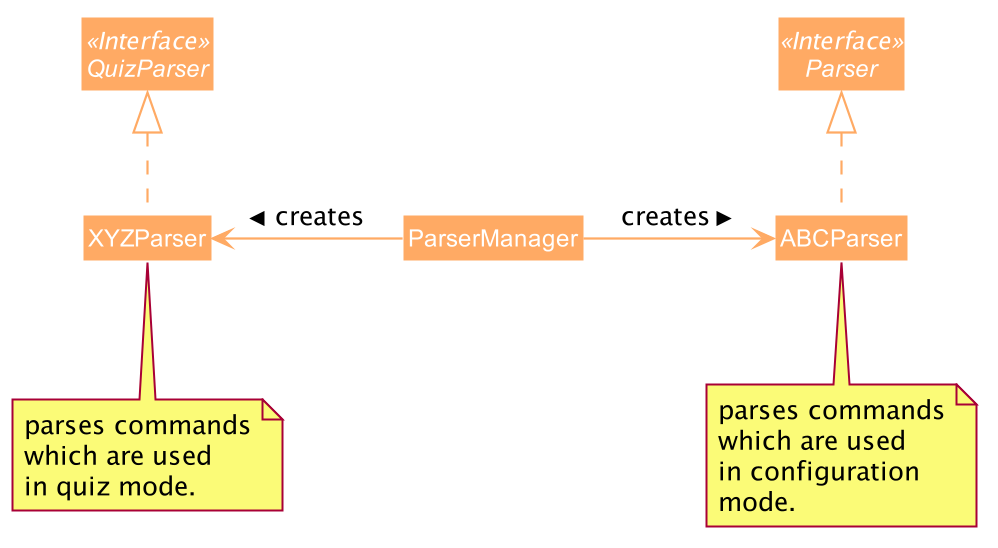
Before: docs/images/ParserClassDiagram.png, a diagram exported from PlantUML (nus-cs2103-AY1920S1/addressbook-level3). Its diagram source:
```plantuml
@startuml







skinparam BackgroundColor #FFFFFFF

skinparam Shadowing false

skinparam Class {
    FontColor #FFFFFF
    BorderThickness 1
    BorderColor #FFFFFF
    StereotypeFontColor #FFFFFF
    FontName Arial
}

skinparam Actor {
    BorderColor #000000
    Color #000000
    FontName Arial
}

skinparam Sequence {
    MessageAlign center
    BoxFontSize 15
    BoxPadding 0
    BoxFontColor #FFFFFF
    FontName Arial
}

skinparam Participant {
    FontColor #FFFFFFF
    Padding 20
}

skinparam MinClassWidth 50
skinparam BoxPadding 0
skinparam Shadowing false
skinparam DefaultTextAlignment center
skinparam packageStyle Rectangle

hide footbox
hide members
hide circle
skinparam arrowThickness 1.1
skinparam arrowColor #FFAA64
skinparam classBackgroundColor #FFAA64

Interface QuizParser <<Interface>>
Interface Parser <<Interface>>

Class ParserManager
Class ABCParser
Class XYZParser

note bottom of ABCParser : parses commands\nwhich are used\nin configuration\nmode.
note bottom of XYZParser : parses commands\nwhich are used\nin quiz mode.

ABCParser .up.|> Parser
XYZParser .up.|> QuizParser
ParserManager -right-> ABCParser : creates >
ParserManager -left-> XYZParser : creates >

@enduml
```
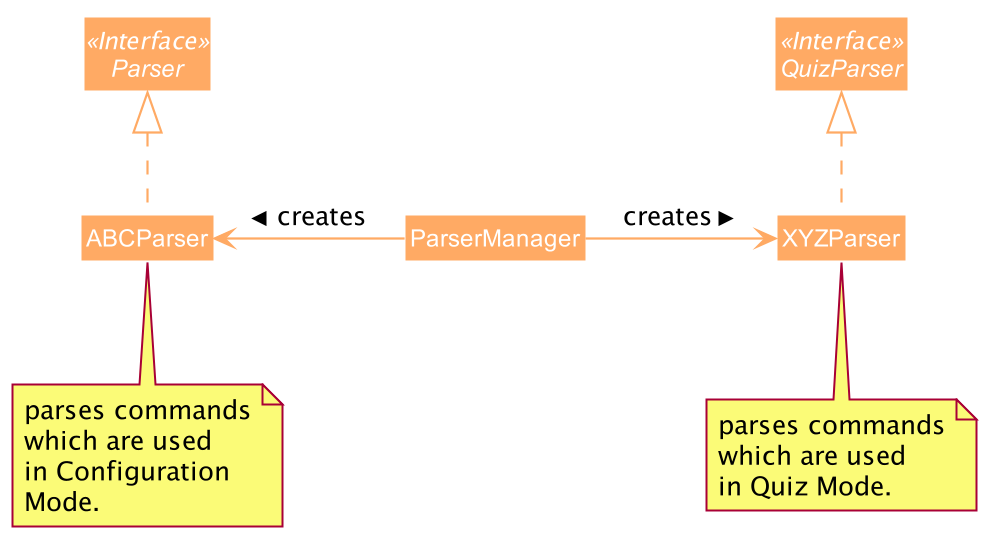
Later version of the same file.

The edit, as a diff of the source:
```diff
@@ -57,12 +57,12 @@
 Class ABCParser
 Class XYZParser
 
-note bottom of ABCParser : parses commands\nwhich are used\nin configuration\nmode.
-note bottom of XYZParser : parses commands\nwhich are used\nin quiz mode.
+note bottom of ABCParser : parses commands\nwhich are used\nin Configuration\nMode.
+note bottom of XYZParser : parses commands\nwhich are used\nin Quiz Mode.
 
 ABCParser .up.|> Parser
 XYZParser .up.|> QuizParser
-ParserManager -right-> ABCParser : creates >
-ParserManager -left-> XYZParser : creates >
+ParserManager -left-> ABCParser : creates >
+ParserManager -right-> XYZParser : creates >
 
 @enduml
```
